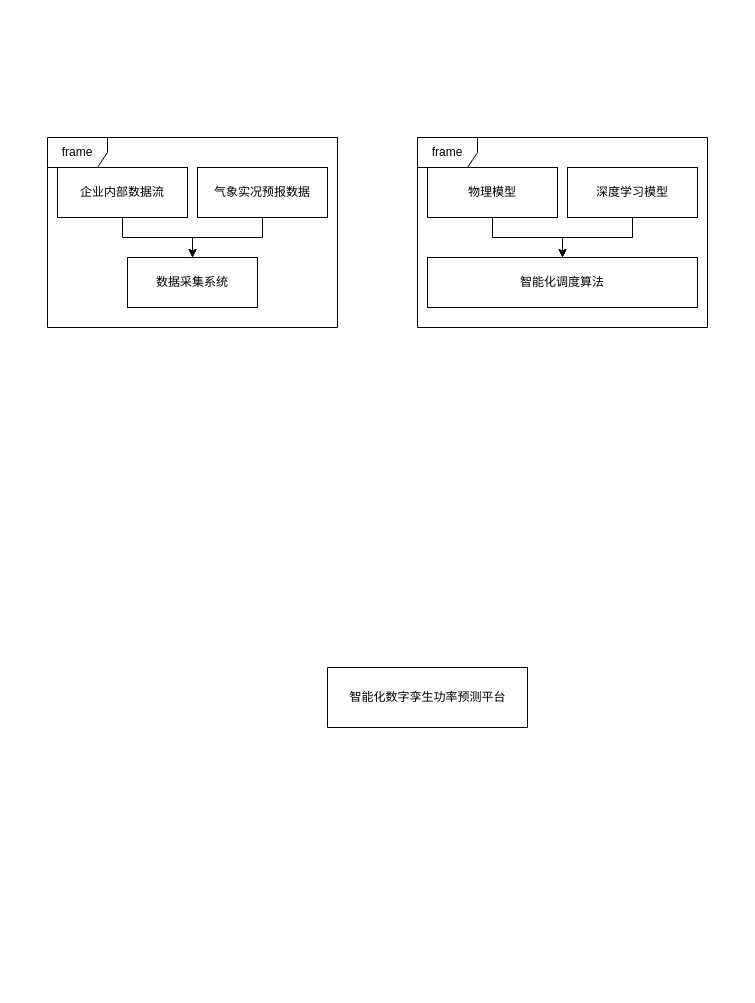
Above: 课题.drawio in fourmia/Note (draw.io), before the change. Source tidied: cells renumbered, new cells numbered last; positions are measured from the earlier drawing's top-left corner, leaving out a move shared by most shapes. Both pictures are drawn from the tidied source at 100%, with x=0, y=0 at pixel (47, 137).
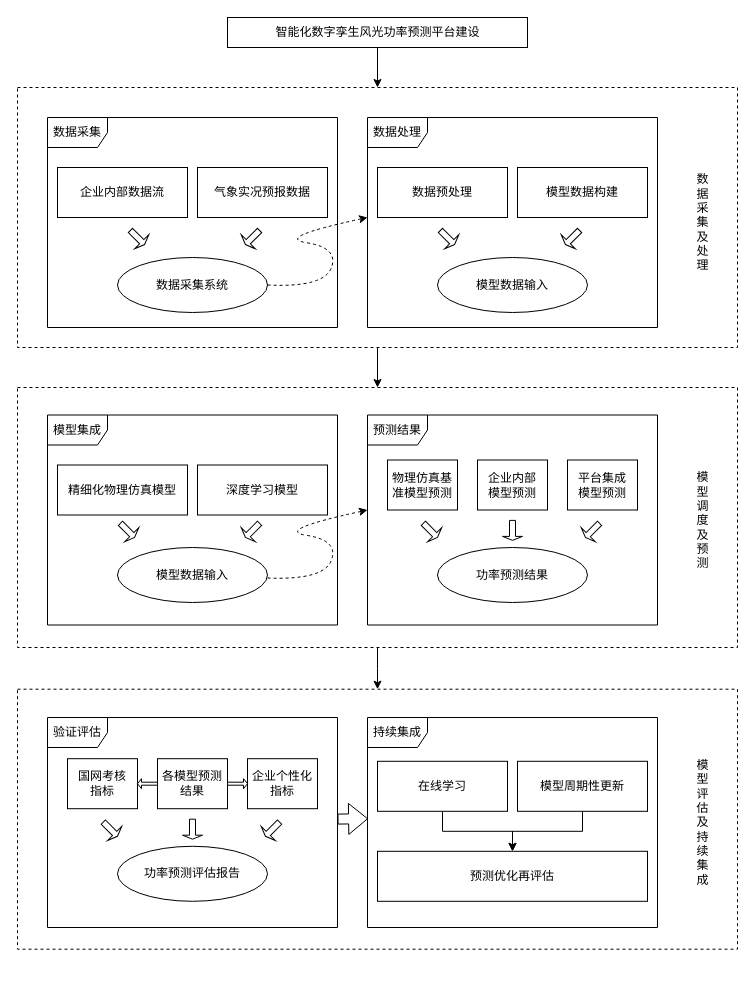
Above is the later version.

The change refers to these unchanged cells:
```xml
<mxCell id="5" value="企业内部数据流" style="html=1;whiteSpace=wrap;" parent="1" vertex="1">
  <mxGeometry x="10" y="30" width="130" height="50" as="geometry" />
</mxCell>
<mxCell id="8" value="气象实况预报数据" style="html=1;whiteSpace=wrap;" parent="1" vertex="1">
  <mxGeometry x="150" y="30" width="130" height="50" as="geometry" />
</mxCell>
```

The edit, as a diff of the source:
```diff
@@
-    <mxCell id="2" style="swimlane;startSize=0;" parent="1" vertex="1">
-      <mxGeometry x="280" y="530" width="200" height="60" as="geometry" />
-    </mxCell>
-    <mxCell id="3" value="智能化数字孪生功率预测平台" style="text;html=1;align=center;verticalAlign=middle;strokeColor=none;fillColor=none;" parent="2" vertex="1">
-      <mxGeometry x="10" y="15" width="180" height="30" as="geometry" />
-    </mxCell>
-    <mxCell id="4" style="edgeStyle=orthogonalEdgeStyle;rounded=0;jettySize=auto;html=1;" parent="1" edge="1" source="5" target="6">
-      <mxGeometry relative="1" as="geometry" />
-    </mxCell>
+    <mxCell id="16" value="智能化数字孪生风光功率预测平台建设" style="text;html=1;align=center;verticalAlign=middle;strokeColor=none;fillColor=none;" parent="1" vertex="1">
+      <mxGeometry x="215" y="-120" width="230" height="30" as="geometry" />
+    </mxCell>
+    <mxCell id="17" style="rounded=0;whiteSpace=wrap;html=1;fillColor=none;" parent="1" vertex="1">
+      <mxGeometry x="180" y="-120" width="300" height="30" as="geometry" />
+    </mxCell>
+    <mxCell id="18" value="&lt;div&gt;&lt;br&gt;&lt;/div&gt;&lt;div&gt;&lt;br&gt;&lt;/div&gt;" style="verticalLabelPosition=bottom;verticalAlign=top;html=1;shape=mxgraph.basic.rect;fillColor2=none;strokeWidth=1;size=20;indent=5;fillColor=none;dashed=1;" parent="1" vertex="1">
+      <mxGeometry x="-30" y="551.7" width="720" height="260" as="geometry" />
+    </mxCell>
+    <mxCell id="19" style="edgeStyle=orthogonalEdgeStyle;rounded=0;jettySize=auto;html=1;exitX=0.5;exitY=1.002;exitDx=0;exitDy=0;exitPerimeter=0;" parent="1" edge="1" source="20">
+      <mxGeometry relative="1" as="geometry">
+        <mxPoint x="330" y="551.7" as="targetPoint" />
+      </mxGeometry>
+    </mxCell>
+    <mxCell id="20" value="&lt;div&gt;&lt;br&gt;&lt;/div&gt;&lt;div&gt;&lt;br&gt;&lt;/div&gt;" style="verticalLabelPosition=bottom;verticalAlign=top;html=1;shape=mxgraph.basic.rect;fillColor2=none;strokeWidth=1;size=20;indent=5;fillColor=none;dashed=1;" parent="1" vertex="1">
+      <mxGeometry x="-30" y="250" width="720" height="260" as="geometry" />
+    </mxCell>
+    <mxCell id="21" style="edgeStyle=orthogonalEdgeStyle;rounded=0;jettySize=auto;html=1;" parent="1" edge="1" source="17" target="23">
+      <mxGeometry relative="1" as="geometry" />
+    </mxCell>
+    <mxCell id="22" style="edgeStyle=orthogonalEdgeStyle;rounded=0;orthogonalLoop=1;jettySize=auto;html=1;" parent="1" edge="1">
+      <mxGeometry relative="1" as="geometry">
+        <mxPoint x="330" y="220" as="sourcePoint" />
+        <mxPoint x="330" y="250" as="targetPoint" />
+        <Array as="points">
+          <mxPoint x="330" y="210" />
+          <mxPoint x="330" y="210" />
+        </Array>
+      </mxGeometry>
+    </mxCell>
+    <mxCell id="23" style="verticalLabelPosition=bottom;verticalAlign=top;html=1;shape=mxgraph.basic.rect;fillColor2=none;strokeWidth=1;size=20;indent=5;fillColor=none;dashed=1;" parent="1" vertex="1">
+      <mxGeometry x="-30" y="-50" width="720" height="260" as="geometry" />
+    </mxCell>
@@
-    <mxCell id="6" value="数据采集系统" style="html=1;whiteSpace=wrap;" parent="1" vertex="1">
-      <mxGeometry x="80" y="120" width="130" height="50" as="geometry" />
-    </mxCell>
-    <mxCell id="7" style="edgeStyle=orthogonalEdgeStyle;rounded=0;jettySize=auto;html=1;" parent="1" edge="1" source="8" target="6">
-      <mxGeometry relative="1" as="geometry" />
-    </mxCell>
@@
-    <mxCell id="9" value="frame" style="shape=umlFrame;whiteSpace=wrap;html=1;" parent="1" vertex="1">
-      <mxGeometry width="290" height="190" as="geometry" />
+    <mxCell id="9" value="数据采集" style="shape=umlFrame;whiteSpace=wrap;html=1;" parent="1" vertex="1">
+      <mxGeometry y="-20" width="290" height="210" as="geometry" />
     </mxCell>
-    <mxCell id="10" style="edgeStyle=orthogonalEdgeStyle;rounded=0;jettySize=auto;html=1;" parent="1" edge="1" source="11" target="12">
-      <mxGeometry relative="1" as="geometry" />
-    </mxCell>
-    <mxCell id="11" value="物理模型" style="html=1;whiteSpace=wrap;" parent="1" vertex="1">
-      <mxGeometry x="380" y="30" width="130" height="50" as="geometry" />
-    </mxCell>
-    <mxCell id="12" value="智能化调度算法" style="html=1;whiteSpace=wrap;" parent="1" vertex="1">
-      <mxGeometry x="380" y="120" width="270" height="50" as="geometry" />
-    </mxCell>
-    <mxCell id="13" style="edgeStyle=orthogonalEdgeStyle;rounded=0;jettySize=auto;html=1;" parent="1" edge="1" source="14" target="12">
-      <mxGeometry relative="1" as="geometry" />
-    </mxCell>
+    <mxCell id="24" value="数据预处理" style="html=1;whiteSpace=wrap;" parent="1" vertex="1">
+      <mxGeometry x="330" y="30" width="130" height="50" as="geometry" />
+    </mxCell>
+    <mxCell id="25" value="模型数据构建" style="html=1;whiteSpace=wrap;" parent="1" vertex="1">
+      <mxGeometry x="470" y="30" width="130" height="50" as="geometry" />
+    </mxCell>
+    <mxCell id="26" value="数据处理" style="shape=umlFrame;whiteSpace=wrap;html=1;" parent="1" vertex="1">
+      <mxGeometry x="320" y="-20" width="290" height="210" as="geometry" />
+    </mxCell>
+    <mxCell id="27" value="物理仿真基准模型预测" style="html=1;whiteSpace=wrap;" parent="1" vertex="1">
+      <mxGeometry x="340" y="322.5" width="70" height="50" as="geometry" />
+    </mxCell>
+    <mxCell id="28" value="企业内部&lt;div&gt;模型预测&lt;/div&gt;" style="html=1;whiteSpace=wrap;" parent="1" vertex="1">
+      <mxGeometry x="430" y="322.5" width="70" height="50" as="geometry" />
+    </mxCell>
+    <mxCell id="29" value="预测结果" style="shape=umlFrame;whiteSpace=wrap;html=1;" parent="1" vertex="1">
+      <mxGeometry x="320" y="277.5" width="290" height="210" as="geometry" />
+    </mxCell>
+    <mxCell id="30" style="edgeStyle=orthogonalEdgeStyle;rounded=0;jettySize=auto;html=1;" parent="1" edge="1" source="31" target="32">
+      <mxGeometry relative="1" as="geometry" />
+    </mxCell>
+    <mxCell id="31" value="在线学习" style="html=1;whiteSpace=wrap;" parent="1" vertex="1">
+      <mxGeometry x="330" y="623.8" width="130" height="50" as="geometry" />
+    </mxCell>
+    <mxCell id="32" value="预测优化再评估" style="html=1;whiteSpace=wrap;" parent="1" vertex="1">
+      <mxGeometry x="330" y="713.8" width="270" height="50" as="geometry" />
+    </mxCell>
+    <mxCell id="33" style="edgeStyle=orthogonalEdgeStyle;rounded=0;jettySize=auto;html=1;" parent="1" edge="1" source="34" target="32">
+      <mxGeometry relative="1" as="geometry" />
+    </mxCell>
+    <mxCell id="34" value="模型周期性更新" style="html=1;whiteSpace=wrap;" parent="1" vertex="1">
+      <mxGeometry x="470" y="623.8" width="130" height="50" as="geometry" />
+    </mxCell>
+    <mxCell id="35" value="持续集成" style="shape=umlFrame;whiteSpace=wrap;html=1;" parent="1" vertex="1">
+      <mxGeometry x="320" y="580" width="290" height="210" as="geometry" />
+    </mxCell>
+    <mxCell id="36" value="验证评估" style="shape=umlFrame;whiteSpace=wrap;html=1;" parent="1" vertex="1">
+      <mxGeometry y="580" width="290" height="210" as="geometry" />
+    </mxCell>
+    <mxCell id="37" value="平台集成&lt;div&gt;模型预测&lt;/div&gt;" style="html=1;whiteSpace=wrap;" parent="1" vertex="1">
+      <mxGeometry x="520" y="322.5" width="70" height="50" as="geometry" />
+    </mxCell>
+    <mxCell id="38" value="功率预测结果" style="ellipse;whiteSpace=wrap;html=1;align=center;newEdgeStyle={&quot;edgeStyle&quot;:&quot;entityRelationEdgeStyle&quot;,&quot;startArrow&quot;:&quot;none&quot;,&quot;endArrow&quot;:&quot;none&quot;,&quot;segment&quot;:10,&quot;curved&quot;:1,&quot;sourcePerimeterSpacing&quot;:0,&quot;targetPerimeterSpacing&quot;:0};" parent="1" vertex="1">
+      <mxGeometry x="390" y="410" width="150" height="55" as="geometry" />
+    </mxCell>
+    <mxCell id="39" style="shape=singleArrow;whiteSpace=wrap;html=1;rotation=45;" parent="1" vertex="1">
+      <mxGeometry x="372.9" y="382.9" width="20" height="20" as="geometry" />
+    </mxCell>
+    <mxCell id="40" style="shape=singleArrow;whiteSpace=wrap;html=1;rotation=45;direction=south;" parent="1" vertex="1">
+      <mxGeometry x="535" y="382.9" width="20" height="20" as="geometry" />
+    </mxCell>
+    <mxCell id="41" style="shape=singleArrow;direction=south;whiteSpace=wrap;html=1;" parent="1" vertex="1">
+      <mxGeometry x="455" y="382.9" width="20" height="20" as="geometry" />
+    </mxCell>
+    <mxCell id="42" value="精细化物理仿真模型" style="html=1;whiteSpace=wrap;" parent="1" vertex="1">
+      <mxGeometry x="10" y="327.5" width="130" height="50" as="geometry" />
+    </mxCell>
     <mxCell id="14" value="深度学习模型" style="html=1;whiteSpace=wrap;" parent="1" vertex="1">
-      <mxGeometry x="520" y="30" width="130" height="50" as="geometry" />
+      <mxGeometry x="150" y="327.5" width="130" height="50" as="geometry" />
     </mxCell>
-    <mxCell id="15" value="frame" style="shape=umlFrame;whiteSpace=wrap;html=1;" parent="1" vertex="1">
-      <mxGeometry x="370" width="290" height="190" as="geometry" />
-    </mxCell>
+    <mxCell id="43" value="模型集成" style="shape=umlFrame;whiteSpace=wrap;html=1;" parent="1" vertex="1">
+      <mxGeometry y="277.5" width="290" height="210" as="geometry" />
+    </mxCell>
+    <mxCell id="44" value="各模型预测结果" style="html=1;whiteSpace=wrap;" parent="1" vertex="1">
+      <mxGeometry x="110" y="621.2" width="70" height="50" as="geometry" />
+    </mxCell>
+    <mxCell id="45" value="国网考核&lt;div&gt;指标&lt;/div&gt;" style="html=1;whiteSpace=wrap;" parent="1" vertex="1">
+      <mxGeometry x="20" y="621.2" width="70" height="50" as="geometry" />
+    </mxCell>
+    <mxCell id="46" value="企业个性化指标" style="html=1;whiteSpace=wrap;" parent="1" vertex="1">
+      <mxGeometry x="200" y="621.2" width="70" height="50" as="geometry" />
+    </mxCell>
+    <mxCell id="47" value="功率预测评估报告" style="ellipse;whiteSpace=wrap;html=1;align=center;newEdgeStyle={&quot;edgeStyle&quot;:&quot;entityRelationEdgeStyle&quot;,&quot;startArrow&quot;:&quot;none&quot;,&quot;endArrow&quot;:&quot;none&quot;,&quot;segment&quot;:10,&quot;curved&quot;:1,&quot;sourcePerimeterSpacing&quot;:0,&quot;targetPerimeterSpacing&quot;:0};" parent="1" vertex="1">
+      <mxGeometry x="70" y="708.8" width="150" height="55" as="geometry" />
+    </mxCell>
+    <mxCell id="48" style="shape=singleArrow;whiteSpace=wrap;html=1;rotation=45;" parent="1" vertex="1">
+      <mxGeometry x="52.9" y="681.7" width="20" height="20" as="geometry" />
+    </mxCell>
+    <mxCell id="49" style="shape=singleArrow;whiteSpace=wrap;html=1;rotation=45;direction=south;" parent="1" vertex="1">
+      <mxGeometry x="215" y="681.7" width="20" height="20" as="geometry" />
+    </mxCell>
+    <mxCell id="50" style="shape=singleArrow;direction=south;whiteSpace=wrap;html=1;" parent="1" vertex="1">
+      <mxGeometry x="135" y="681.7" width="20" height="20" as="geometry" />
+    </mxCell>
+    <mxCell id="51" style="shape=singleArrow;direction=west;whiteSpace=wrap;html=1;" parent="1" vertex="1">
+      <mxGeometry x="90" y="641.2" width="20" height="10" as="geometry" />
+    </mxCell>
+    <mxCell id="52" style="shape=singleArrow;direction=east;whiteSpace=wrap;html=1;" parent="1" vertex="1">
+      <mxGeometry x="180" y="641.2" width="20" height="10" as="geometry" />
+    </mxCell>
+    <mxCell id="53" style="verticalLabelPosition=bottom;verticalAlign=top;html=1;shape=mxgraph.basic.rect;fillColor2=none;strokeWidth=1;size=20;indent=5;direction=south;dashed=1;dashPattern=12 12;strokeColor=none;fillColor=none;" parent="1" vertex="1">
+      <mxGeometry x="630" y="-20" width="50" height="210" as="geometry" />
+    </mxCell>
+    <mxCell id="54" style="verticalLabelPosition=bottom;verticalAlign=top;html=1;shape=mxgraph.basic.rect;fillColor2=none;strokeWidth=1;size=20;indent=5;direction=south;dashed=1;dashPattern=12 12;fillColor=none;strokeColor=none;" parent="1" vertex="1">
+      <mxGeometry x="630" y="277.5" width="50" height="210" as="geometry" />
+    </mxCell>
+    <mxCell id="55" style="verticalLabelPosition=bottom;verticalAlign=top;html=1;shape=mxgraph.basic.rect;fillColor2=none;strokeWidth=1;size=20;indent=5;direction=south;dashed=1;dashPattern=12 12;strokeColor=none;fillColor=none;" parent="1" vertex="1">
+      <mxGeometry x="630" y="580" width="50" height="210" as="geometry" />
+    </mxCell>
+    <mxCell id="56" value="数&lt;div&gt;据&lt;/div&gt;&lt;div&gt;采&lt;/div&gt;&lt;div&gt;集&lt;/div&gt;&lt;div&gt;及&lt;/div&gt;&lt;div&gt;处&lt;/div&gt;&lt;div&gt;理&lt;/div&gt;" style="text;html=1;align=center;verticalAlign=middle;strokeColor=none;fillColor=none;" parent="1" vertex="1">
+      <mxGeometry x="635" y="30" width="40" height="110" as="geometry" />
+    </mxCell>
+    <mxCell id="57" value="模&lt;div&gt;型&lt;/div&gt;&lt;div&gt;调&lt;/div&gt;&lt;div&gt;度&lt;/div&gt;&lt;div&gt;及&lt;/div&gt;&lt;div&gt;预&lt;/div&gt;&lt;div&gt;测&lt;/div&gt;" style="text;html=1;align=center;verticalAlign=middle;strokeColor=none;fillColor=none;dashed=1;dashPattern=12 12;" parent="1" vertex="1">
+      <mxGeometry x="635" y="327.5" width="40" height="110" as="geometry" />
+    </mxCell>
+    <mxCell id="58" value="模&lt;div&gt;型&lt;/div&gt;&lt;div&gt;评&lt;/div&gt;&lt;div&gt;估&lt;/div&gt;&lt;div&gt;及&lt;/div&gt;&lt;div&gt;持&lt;/div&gt;&lt;div&gt;续&lt;/div&gt;&lt;div&gt;集&lt;/div&gt;&lt;div&gt;成&lt;/div&gt;" style="text;html=1;align=center;verticalAlign=middle;strokeColor=none;fillColor=none;" parent="1" vertex="1">
+      <mxGeometry x="635" y="615" width="40" height="140" as="geometry" />
+    </mxCell>
+    <mxCell id="6" value="数据采集系统" style="ellipse;whiteSpace=wrap;html=1;align=center;newEdgeStyle={&quot;edgeStyle&quot;:&quot;entityRelationEdgeStyle&quot;,&quot;startArrow&quot;:&quot;none&quot;,&quot;endArrow&quot;:&quot;none&quot;,&quot;segment&quot;:10,&quot;curved&quot;:1,&quot;sourcePerimeterSpacing&quot;:0,&quot;targetPerimeterSpacing&quot;:0};" parent="1" vertex="1">
+      <mxGeometry x="70" y="120" width="150" height="55" as="geometry" />
+    </mxCell>
+    <mxCell id="59" style="shape=singleArrow;whiteSpace=wrap;html=1;rotation=45;" parent="1" vertex="1">
+      <mxGeometry x="80" y="90" width="20" height="20" as="geometry" />
+    </mxCell>
+    <mxCell id="60" style="shape=singleArrow;whiteSpace=wrap;html=1;rotation=45;direction=south;" parent="1" vertex="1">
+      <mxGeometry x="195" y="90" width="20" height="20" as="geometry" />
+    </mxCell>
+    <mxCell id="61" value="模型数据输入" style="ellipse;whiteSpace=wrap;html=1;align=center;newEdgeStyle={&quot;edgeStyle&quot;:&quot;entityRelationEdgeStyle&quot;,&quot;startArrow&quot;:&quot;none&quot;,&quot;endArrow&quot;:&quot;none&quot;,&quot;segment&quot;:10,&quot;curved&quot;:1,&quot;sourcePerimeterSpacing&quot;:0,&quot;targetPerimeterSpacing&quot;:0};" parent="1" vertex="1">
+      <mxGeometry x="390" y="120" width="150" height="55" as="geometry" />
+    </mxCell>
+    <mxCell id="62" style="shape=singleArrow;whiteSpace=wrap;html=1;rotation=45;direction=south;" parent="1" vertex="1">
+      <mxGeometry x="515" y="90" width="20" height="20" as="geometry" />
+    </mxCell>
+    <mxCell id="63" style="shape=singleArrow;whiteSpace=wrap;html=1;rotation=45;" parent="1" vertex="1">
+      <mxGeometry x="390" y="90" width="20" height="20" as="geometry" />
+    </mxCell>
+    <mxCell id="64" style="curved=1;endArrow=classic;html=1;rounded=0;entryX=-0.005;entryY=0.475;entryDx=0;entryDy=0;entryPerimeter=0;exitX=1;exitY=0.5;exitDx=0;exitDy=0;dashed=1;" parent="1" edge="1" source="6">
+      <mxGeometry relative="1" as="geometry">
+        <mxPoint x="320" y="80" as="targetPoint" />
+        <Array as="points">
+          <mxPoint x="276.4" y="150.2" />
+          <mxPoint x="291.4" y="110.2" />
+          <mxPoint x="226.4" y="100.2" />
+        </Array>
+      </mxGeometry>
+    </mxCell>
+    <mxCell id="65" value="模型数据输入" style="ellipse;whiteSpace=wrap;html=1;align=center;newEdgeStyle={&quot;edgeStyle&quot;:&quot;entityRelationEdgeStyle&quot;,&quot;startArrow&quot;:&quot;none&quot;,&quot;endArrow&quot;:&quot;none&quot;,&quot;segment&quot;:10,&quot;curved&quot;:1,&quot;sourcePerimeterSpacing&quot;:0,&quot;targetPerimeterSpacing&quot;:0};" parent="1" vertex="1">
+      <mxGeometry x="70" y="410" width="150" height="55" as="geometry" />
+    </mxCell>
+    <mxCell id="66" style="shape=singleArrow;whiteSpace=wrap;html=1;rotation=45;" parent="1" vertex="1">
+      <mxGeometry x="70" y="382.9" width="20" height="20" as="geometry" />
+    </mxCell>
+    <mxCell id="67" style="shape=singleArrow;whiteSpace=wrap;html=1;rotation=45;direction=south;" parent="1" vertex="1">
+      <mxGeometry x="195" y="382.9" width="20" height="20" as="geometry" />
+    </mxCell>
+    <mxCell id="68" style="curved=1;endArrow=classic;html=1;rounded=0;entryX=-0.005;entryY=0.475;entryDx=0;entryDy=0;entryPerimeter=0;exitX=1;exitY=0.5;exitDx=0;exitDy=0;dashed=1;" parent="1" edge="1">
+      <mxGeometry relative="1" as="geometry">
+        <mxPoint x="220" y="440.5" as="sourcePoint" />
+        <mxPoint x="320" y="372.5" as="targetPoint" />
+        <Array as="points">
+          <mxPoint x="276.4" y="442.8" />
+          <mxPoint x="291.4" y="402.8" />
+          <mxPoint x="226.4" y="392.8" />
+        </Array>
+      </mxGeometry>
+    </mxCell>
+    <mxCell id="69" style="shape=flexArrow;endArrow=classic;html=1;rounded=0;entryX=0.002;entryY=0.617;entryDx=0;entryDy=0;entryPerimeter=0;" parent="1" edge="1">
+      <mxGeometry relative="1" as="geometry">
+        <mxPoint x="290" y="681.6" as="sourcePoint" />
+        <mxPoint x="320.6" y="681.2" as="targetPoint" />
+      </mxGeometry>
+    </mxCell>
```
